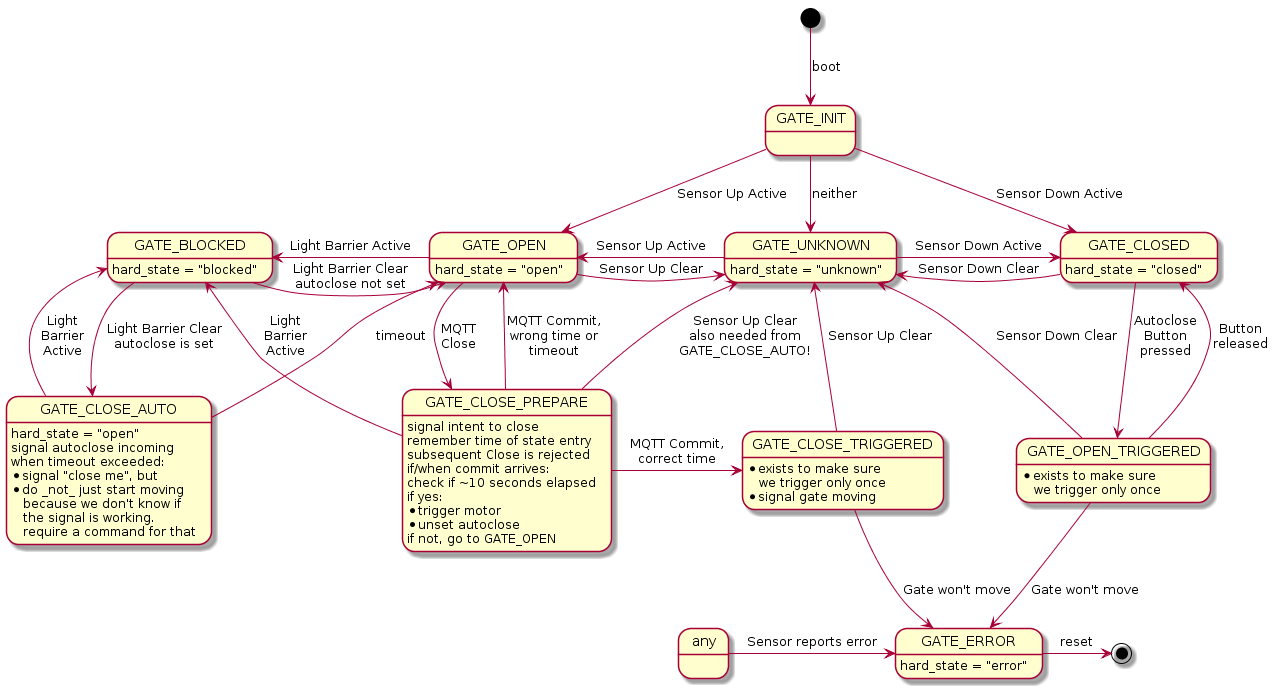
Above: docs/statemachine.png in Svedrin/gatecontrol (PlantUML), before the change.
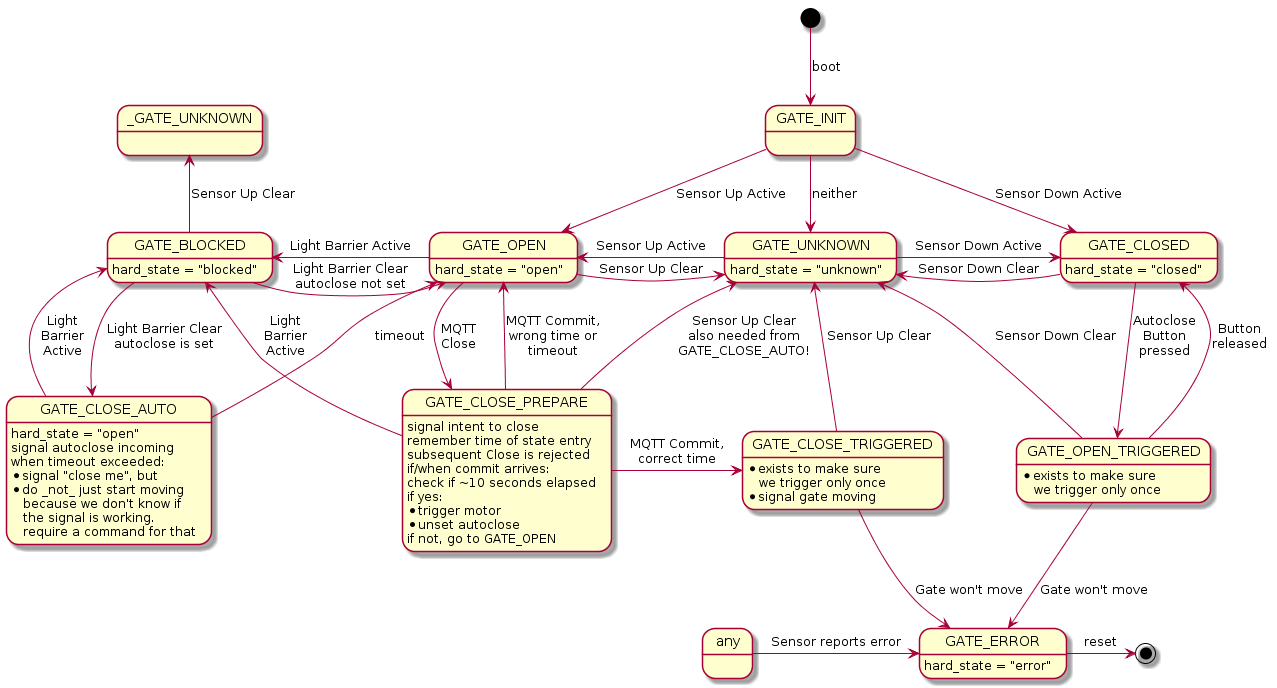
The same diagram one commit later.

Commit message:
the gate can start moving while blocked (e.g. if I push the remote early while driving my car out)

Change to the diagram source:
```diff
@@ -8,6 +8,7 @@
 
 GATE_BLOCKED -right-> GATE_OPEN    : Light Barrier Clear\nautoclose not set
 GATE_OPEN    -left->  GATE_BLOCKED : Light Barrier Active
+GATE_BLOCKED -up->   _GATE_UNKNOWN : Sensor Up Clear
 
 GATE_UNKNOWN -right-> GATE_CLOSED  : Sensor Down Active
 GATE_CLOSED  -left->  GATE_UNKNOWN : Sensor Down Clear
```
